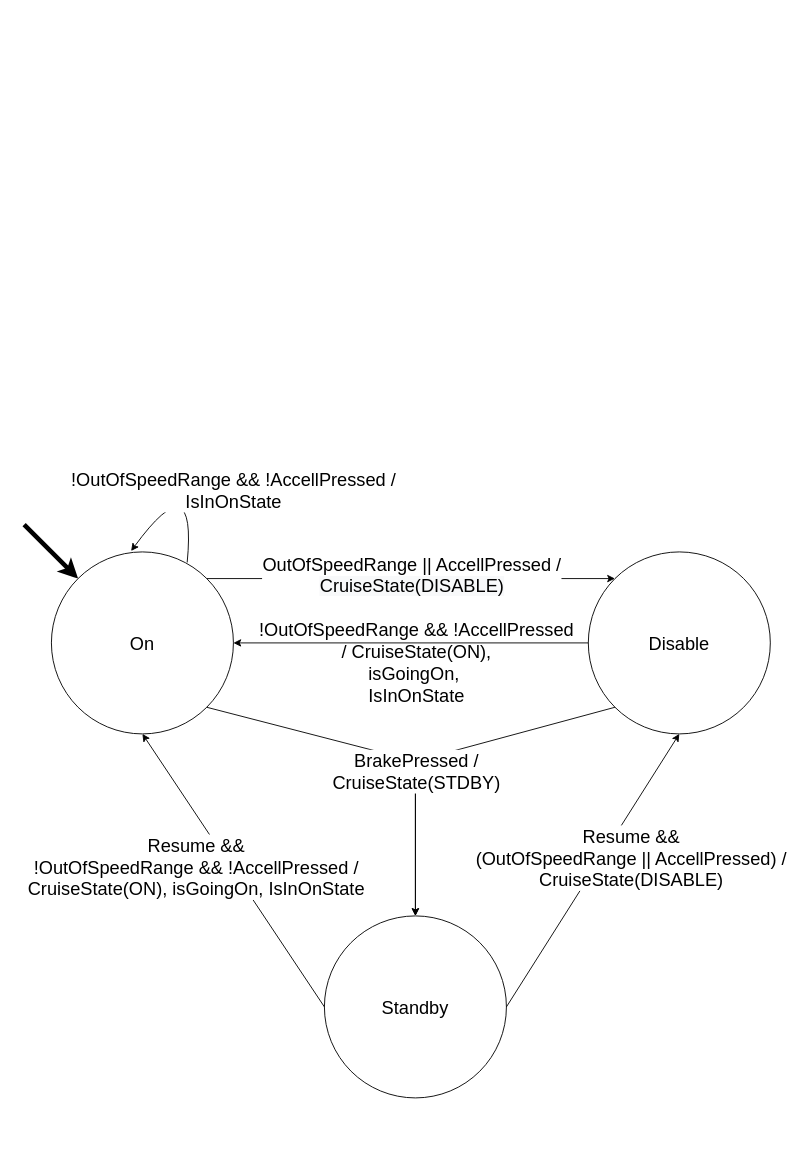
Before: Diagrams/FSMs/Cruise_Control_Active_FSM.drawio in jacoballen4534/Cruise-Controller, a draw.io diagram. Source tidied: cells renumbered, new cells numbered last; positions are measured from the earlier drawing's top-left corner, leaving out a move shared by most shapes. Both pictures are drawn from the tidied source at 91%, with x=0, y=0 at pixel (24, 460).
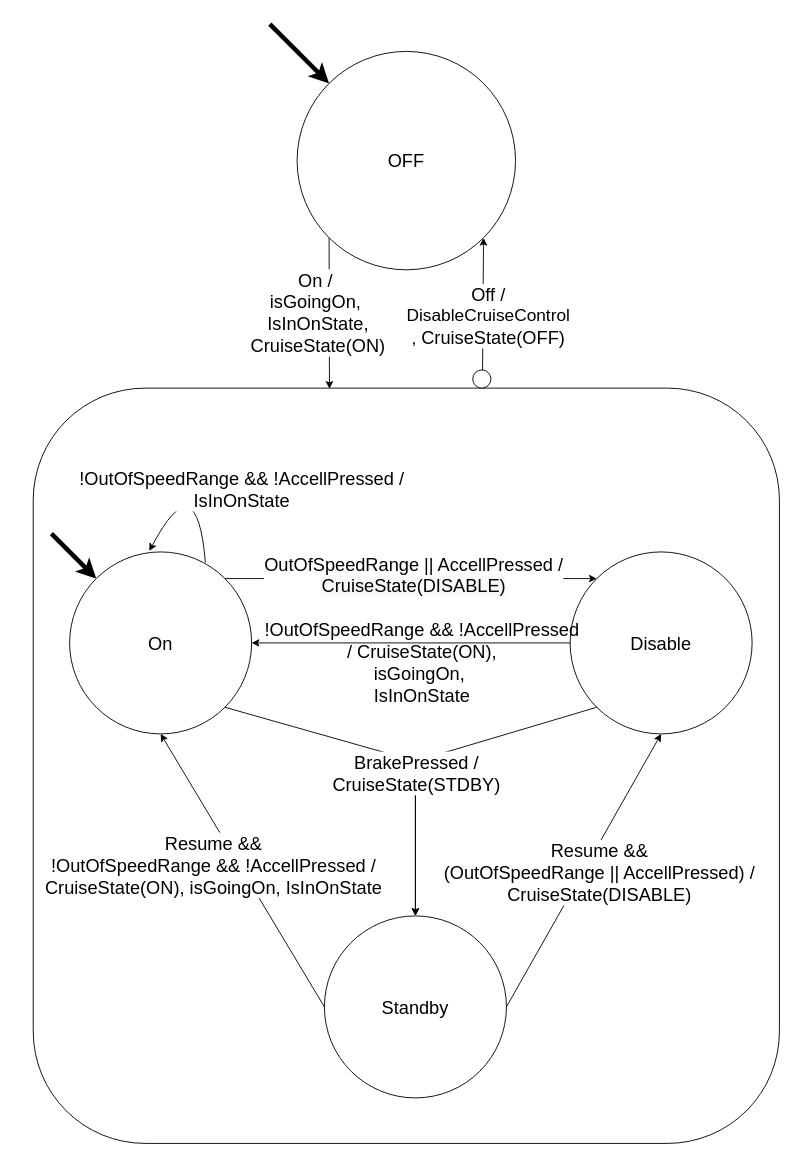
The same page after the edit.

Commit message (it also covers changes not shown here):
combined cruise control and active fsms into one for the report, first half of report done

The change refers to these unchanged cells:
```xml
<mxCell id="12" style="endArrow=classic;html=1;exitX=0;exitY=0.5;exitDx=0;exitDy=0;entryX=0.5;entryY=1;entryDx=0;entryDy=0;" parent="1" edge="1" source="4" target="2">
  <mxGeometry relative="1" as="geometry" />
</mxCell>
<mxCell id="14" style="endArrow=classic;html=1;entryX=0.5;entryY=1;entryDx=0;entryDy=0;exitX=1;exitY=0.5;exitDx=0;exitDy=0;" parent="1" edge="1" source="4" target="3">
  <mxGeometry relative="1" as="geometry" />
</mxCell>
```

Diff of the diagram source:
```diff
@@
     <mxCell id="2" value="&lt;font style=&quot;font-size: 20px&quot;&gt;On&lt;/font&gt;" style="ellipse;whiteSpace=wrap;html=1;" parent="1" vertex="1">
-      <mxGeometry x="30" y="100" width="200" height="200" as="geometry" />
+      <mxGeometry x="50" y="100" width="200" height="200" as="geometry" />
     </mxCell>
     <mxCell id="3" value="&lt;font style=&quot;font-size: 20px&quot;&gt;Disable&lt;br&gt;&lt;/font&gt;" style="ellipse;whiteSpace=wrap;html=1;" parent="1" vertex="1">
-      <mxGeometry x="620" y="100" width="200" height="200" as="geometry" />
+      <mxGeometry x="600" y="100" width="200" height="200" as="geometry" />
     </mxCell>
@@
     <mxCell id="13" value="&lt;font style=&quot;font-size: 20px&quot;&gt;Resume &amp;amp;&amp;amp;&lt;br&gt;!OutOfSpeedRange&amp;nbsp;&amp;amp;&amp;amp; !AccellPressed /&lt;br&gt;&lt;span style=&quot;&quot;&gt;CruiseState(ON), isGoingOn,&amp;nbsp;&lt;/span&gt;IsInOnState&lt;br&gt;&lt;/font&gt;" style="edgeLabel;html=1;align=center;verticalAlign=middle;labelBackgroundColor=#ffffff;" parent="12" vertex="1">
       <mxGeometry x="0.15" y="-2" relative="1" as="geometry">
-        <mxPoint x="-28.2" y="18.5" as="offset" />
+        <mxPoint x="-21.2" y="16.5" as="offset" />
       </mxGeometry>
     </mxCell>
@@
     <mxCell id="15" value="&lt;font style=&quot;font-size: 20px&quot;&gt;Resume &amp;amp;&amp;amp;&lt;br&gt;(OutOfSpeedRange&amp;nbsp;|| AccellPressed) /&lt;br&gt;&lt;span style=&quot;&quot;&gt;CruiseState(DISABLE)&lt;/span&gt;&lt;br&gt;&lt;/font&gt;" style="edgeLabel;html=1;align=center;verticalAlign=middle;labelBackgroundColor=#ffffff;" parent="14" vertex="1">
       <mxGeometry x="0.12" y="-6" relative="1" as="geometry">
-        <mxPoint x="24.5" as="offset" />
+        <mxPoint x="1.5" y="16" as="offset" />
       </mxGeometry>
     </mxCell>
     <mxCell id="16" style="endArrow=classic;html=1;entryX=0;entryY=0;entryDx=0;entryDy=0;strokeWidth=5;" parent="1" edge="1" target="2">
       <mxGeometry relative="1" as="geometry">
-        <mxPoint y="70" as="sourcePoint" />
+        <mxPoint x="30" y="80" as="sourcePoint" />
       </mxGeometry>
     </mxCell>
@@
+    <mxCell id="19" style="rounded=1;whiteSpace=wrap;html=1;fillColor=none;" parent="1" vertex="1">
+      <mxGeometry x="10" y="-80" width="820" height="830" as="geometry" />
+    </mxCell>
+    <mxCell id="20" value="&lt;span style=&quot;font-size: 20px&quot;&gt;OFF&lt;/span&gt;" style="ellipse;whiteSpace=wrap;html=1;" parent="1" vertex="1">
+      <mxGeometry x="300" y="-450" width="240" height="240" as="geometry" />
+    </mxCell>
+    <mxCell id="21" style="endArrow=classic;html=1;entryX=0;entryY=0;entryDx=0;entryDy=0;strokeWidth=5;" parent="1" edge="1" target="20">
+      <mxGeometry relative="1" as="geometry">
+        <mxPoint x="270" y="-480" as="sourcePoint" />
+      </mxGeometry>
+    </mxCell>
+    <mxCell id="22" style="endArrow=classic;html=1;entryX=0.397;entryY=0.001;entryDx=0;entryDy=0;exitX=0;exitY=1;exitDx=0;exitDy=0;entryPerimeter=0;" parent="1" edge="1" source="20" target="19">
+      <mxGeometry relative="1" as="geometry" />
+    </mxCell>
+    <mxCell id="23" value="&lt;font style=&quot;font-size: 20px&quot;&gt;On /&lt;br&gt;&lt;/font&gt;&lt;span style=&quot;font-size: 20px;&quot;&gt;isGoingO&lt;/span&gt;&lt;font style=&quot;font-size: 20px&quot;&gt;&lt;span style=&quot;&quot;&gt;n,&lt;br&gt;&amp;nbsp;&lt;/span&gt;IsInOnState,&lt;br&gt;&amp;nbsp;&lt;span style=&quot;&quot;&gt;Cruise&lt;/span&gt;&lt;/font&gt;&lt;span style=&quot;font-size: 20px;&quot;&gt;State(ON)&lt;/span&gt;" style="edgeLabel;html=1;align=center;verticalAlign=middle;labelBackgroundColor=#ffffff;" parent="22" vertex="1">
+      <mxGeometry x="0.13" y="-3" relative="1" as="geometry">
+        <mxPoint x="-12.4" y="-12.1" as="offset" />
+      </mxGeometry>
+    </mxCell>
+    <mxCell id="24" style="endArrow=classic;html=1;entryX=1;entryY=1;entryDx=0;entryDy=0;exitX=0.602;exitY=-0.001;exitDx=0;exitDy=0;exitPerimeter=0;" parent="1" edge="1" source="19" target="20">
+      <mxGeometry relative="1" as="geometry" />
+    </mxCell>
+    <mxCell id="25" value="&lt;font style=&quot;font-size: 20px&quot;&gt;&lt;font style=&quot;font-size: 20px&quot;&gt;Off /&lt;br&gt;&lt;/font&gt;&lt;/font&gt;&lt;span style=&quot;font-size: 19px&quot;&gt;DisableCruiseControl&lt;br&gt;,&amp;nbsp;&lt;/span&gt;&lt;span style=&quot;font-size: 20px;&quot;&gt;CruiseState(OFF)&lt;/span&gt;" style="edgeLabel;html=1;align=center;verticalAlign=middle;labelBackgroundColor=#ffffff;" parent="24" vertex="1">
+      <mxGeometry x="-0.13" y="-2" relative="1" as="geometry">
+        <mxPoint x="3.8" y="-7.8" as="offset" />
+      </mxGeometry>
+    </mxCell>
+    <mxCell id="26" style="ellipse;whiteSpace=wrap;html=1;rounded=1;fillColor=#ffffff;fontSize=14;" parent="1" vertex="1">
+      <mxGeometry x="493" y="-100" width="20" height="20" as="geometry" />
+    </mxCell>
```
